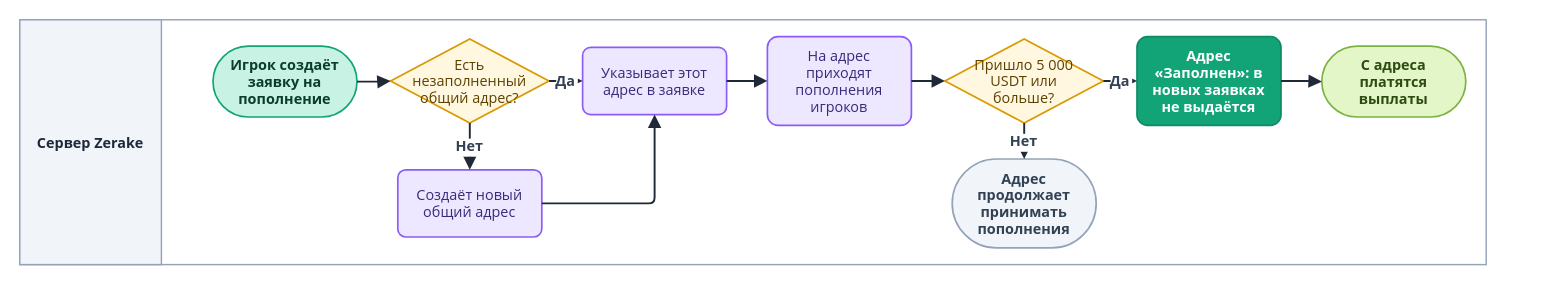
This is diagrams/drawio/pool-address.drawio from LILSUFFER/zerake-docs, a draw.io file, before an edit. Source tidied: cells renumbered, new cells numbered last; positions are measured from the earlier drawing's top-left corner, leaving out a move shared by most shapes. Both pictures are drawn from the tidied source at 120%, with x=0, y=0 at pixel (19, 19).
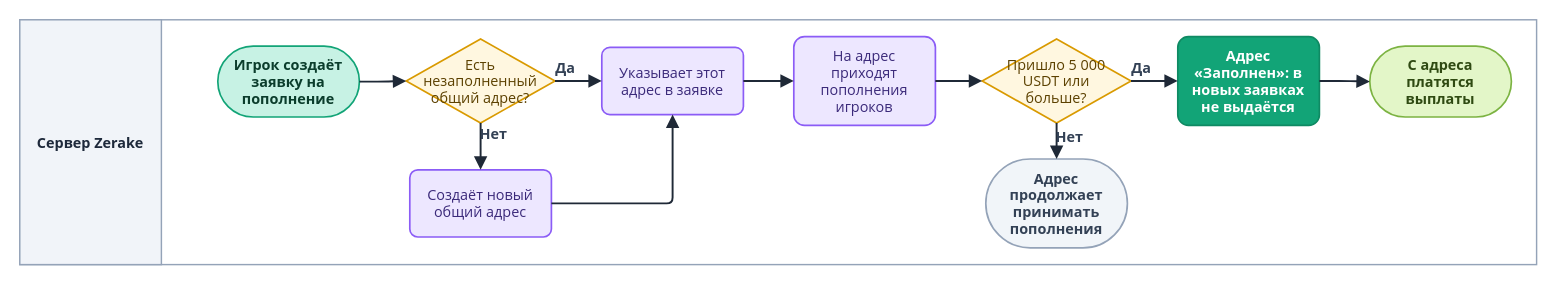
The same diagram, later.

The edit, as a diff of the source:
```diff
@@
     <mxCell id="2" style="rounded=0;html=0;fillColor=#FFFFFF;strokeColor=#94A3B8;strokeWidth=1.2;" parent="1" vertex="1">
-      <mxGeometry width="1222" height="204" as="geometry" />
+      <mxGeometry width="1264" height="204" as="geometry" />
     </mxCell>
@@
     <mxCell id="4" value="Игрок создаёт&#10;заявку на&#10;пополнение" style="rounded=1;arcSize=50;html=0;fontStyle=1;fillColor=#C7F2E4;strokeColor=#12A477;fontColor=#0B3D2C;fontFamily=Segoe UI;fontSize=12;strokeWidth=1.4;" parent="1" vertex="1">
-      <mxGeometry x="161" y="22" width="120" height="59" as="geometry" />
+      <mxGeometry x="165" y="22" width="118" height="59" as="geometry" />
     </mxCell>
     <mxCell id="5" value="Есть&#10;незаполненный&#10;общий адрес?" style="rhombus;html=0;fillColor=#FFF7E0;strokeColor=#D99A00;fontColor=#5C4100;fontFamily=Segoe UI;fontSize=12;strokeWidth=1.4;" parent="1" vertex="1">
-      <mxGeometry x="309" y="16" width="132" height="70" as="geometry" />
+      <mxGeometry x="322" y="16" width="124" height="70" as="geometry" />
     </mxCell>
     <mxCell id="6" value="Создаёт новый&#10;общий адрес" style="rounded=1;arcSize=12;html=0;fillColor=#EDE7FF;strokeColor=#8B5CF6;fontColor=#3B2A7A;fontFamily=Segoe UI;fontSize=12;strokeWidth=1.4;" parent="1" vertex="1">
-      <mxGeometry x="315" y="125" width="120" height="56" as="geometry" />
+      <mxGeometry x="325" y="125" width="118" height="56" as="geometry" />
     </mxCell>
     <mxCell id="7" value="Указывает этот&#10;адрес в заявке" style="rounded=1;arcSize=12;html=0;fillColor=#EDE7FF;strokeColor=#8B5CF6;fontColor=#3B2A7A;fontFamily=Segoe UI;fontSize=12;strokeWidth=1.4;" parent="1" vertex="1">
-      <mxGeometry x="469" y="23" width="120" height="56" as="geometry" />
+      <mxGeometry x="485" y="23" width="118" height="56" as="geometry" />
     </mxCell>
     <mxCell id="8" value="На адрес&#10;приходят&#10;пополнения&#10;игроков" style="rounded=1;arcSize=12;html=0;fillColor=#EDE7FF;strokeColor=#8B5CF6;fontColor=#3B2A7A;fontFamily=Segoe UI;fontSize=12;strokeWidth=1.4;" parent="1" vertex="1">
-      <mxGeometry x="623" y="14" width="120" height="74" as="geometry" />
+      <mxGeometry x="645" y="14" width="118" height="74" as="geometry" />
     </mxCell>
     <mxCell id="9" value="Пришло 5 000&#10;USDT или&#10;больше?" style="rhombus;html=0;fillColor=#FFF7E0;strokeColor=#D99A00;fontColor=#5C4100;fontFamily=Segoe UI;fontSize=12;strokeWidth=1.4;" parent="1" vertex="1">
-      <mxGeometry x="771" y="16" width="132" height="70" as="geometry" />
+      <mxGeometry x="802" y="16" width="124" height="70" as="geometry" />
     </mxCell>
     <mxCell id="10" value="Адрес&#10;продолжает&#10;принимать&#10;пополнения" style="rounded=1;arcSize=50;html=0;fontStyle=1;fillColor=#F1F5F9;strokeColor=#94A3B8;fontColor=#334155;fontFamily=Segoe UI;fontSize=12;strokeWidth=1.4;" parent="1" vertex="1">
-      <mxGeometry x="777" y="116" width="120" height="74" as="geometry" />
+      <mxGeometry x="805" y="116" width="118" height="74" as="geometry" />
     </mxCell>
     <mxCell id="11" value="Адрес&#10;«Заполнен»: в&#10;новых заявках&#10;не выдаётся" style="rounded=1;arcSize=12;html=0;fillColor=#12A477;strokeColor=#0F8A63;fontColor=#FFFFFF;fontStyle=1;fontFamily=Segoe UI;fontSize=12;strokeWidth=1.4;" parent="1" vertex="1">
-      <mxGeometry x="931" y="14" width="120" height="74" as="geometry" />
+      <mxGeometry x="965" y="14" width="118" height="74" as="geometry" />
     </mxCell>
     <mxCell id="12" value="С адреса&#10;платятся&#10;выплаты" style="rounded=1;arcSize=50;html=0;fontStyle=1;fillColor=#E3F6C8;strokeColor=#7CB342;fontColor=#2F4A12;fontFamily=Segoe UI;fontSize=12;strokeWidth=1.4;" parent="1" vertex="1">
-      <mxGeometry x="1085" y="22" width="120" height="59" as="geometry" />
+      <mxGeometry x="1125" y="22" width="118" height="59" as="geometry" />
     </mxCell>
-    <mxCell id="13" style="edgeStyle=orthogonalEdgeStyle;rounded=1;arcSize=10;jettySize=auto;html=0;strokeColor=#1F2937;strokeWidth=1.6;endArrow=block;endFill=1;endSize=7;fontFamily=Segoe UI;fontSize=12;fontStyle=1;fontColor=#334155;labelBackgroundColor=#FFFFFF;" parent="1" edge="1" source="4" target="5">
+    <mxCell id="13" style="edgeStyle=orthogonalEdgeStyle;rounded=1;arcSize=10;jettySize=auto;html=0;strokeColor=#1F2937;strokeWidth=1.6;endArrow=block;endFill=1;endSize=7;fontFamily=Segoe UI;fontSize=12;fontStyle=1;fontColor=#334155;labelBackgroundColor=none;" parent="1" edge="1" source="4" target="5">
       <mxGeometry relative="1" as="geometry" />
     </mxCell>
-    <mxCell id="14" value="Нет" style="edgeStyle=orthogonalEdgeStyle;rounded=1;arcSize=10;jettySize=auto;html=0;strokeColor=#1F2937;strokeWidth=1.6;endArrow=block;endFill=1;endSize=7;fontFamily=Segoe UI;fontSize=12;fontStyle=1;fontColor=#334155;labelBackgroundColor=#FFFFFF;" parent="1" edge="1" source="5" target="6">
-      <mxGeometry relative="1" as="geometry" />
+    <mxCell id="14" value="Нет" style="edgeStyle=orthogonalEdgeStyle;rounded=1;arcSize=10;jettySize=auto;html=0;strokeColor=#1F2937;strokeWidth=1.6;endArrow=block;endFill=1;endSize=7;fontFamily=Segoe UI;fontSize=12;fontStyle=1;fontColor=#334155;labelBackgroundColor=none;" parent="1" edge="1" source="5" target="6">
+      <mxGeometry x="-0.55" y="11" relative="1" as="geometry" />
     </mxCell>
-    <mxCell id="15" style="edgeStyle=orthogonalEdgeStyle;rounded=1;arcSize=10;jettySize=auto;html=0;strokeColor=#1F2937;strokeWidth=1.6;endArrow=block;endFill=1;endSize=7;fontFamily=Segoe UI;fontSize=12;fontStyle=1;fontColor=#334155;labelBackgroundColor=#FFFFFF;exitX=1;exitY=0.5;entryX=0.5;entryY=1;" parent="1" edge="1" source="6" target="7">
+    <mxCell id="15" style="edgeStyle=orthogonalEdgeStyle;rounded=1;arcSize=10;jettySize=auto;html=0;strokeColor=#1F2937;strokeWidth=1.6;endArrow=block;endFill=1;endSize=7;fontFamily=Segoe UI;fontSize=12;fontStyle=1;fontColor=#334155;labelBackgroundColor=none;exitX=1;exitY=0.5;entryX=0.5;entryY=1;" parent="1" edge="1" source="6" target="7">
       <mxGeometry relative="1" as="geometry" />
     </mxCell>
-    <mxCell id="16" value="Да" style="edgeStyle=orthogonalEdgeStyle;rounded=1;arcSize=10;jettySize=auto;html=0;strokeColor=#1F2937;strokeWidth=1.6;endArrow=block;endFill=1;endSize=7;fontFamily=Segoe UI;fontSize=12;fontStyle=1;fontColor=#334155;labelBackgroundColor=#FFFFFF;" parent="1" edge="1" source="5" target="7">
-      <mxGeometry relative="1" as="geometry" />
+    <mxCell id="16" value="Да" style="edgeStyle=orthogonalEdgeStyle;rounded=1;arcSize=10;jettySize=auto;html=0;strokeColor=#1F2937;strokeWidth=1.6;endArrow=block;endFill=1;endSize=7;fontFamily=Segoe UI;fontSize=12;fontStyle=1;fontColor=#334155;labelBackgroundColor=none;" parent="1" edge="1" source="5" target="7">
+      <mxGeometry x="-0.55" y="11" relative="1" as="geometry" />
     </mxCell>
-    <mxCell id="17" style="edgeStyle=orthogonalEdgeStyle;rounded=1;arcSize=10;jettySize=auto;html=0;strokeColor=#1F2937;strokeWidth=1.6;endArrow=block;endFill=1;endSize=7;fontFamily=Segoe UI;fontSize=12;fontStyle=1;fontColor=#334155;labelBackgroundColor=#FFFFFF;" parent="1" edge="1" source="7" target="8">
+    <mxCell id="17" style="edgeStyle=orthogonalEdgeStyle;rounded=1;arcSize=10;jettySize=auto;html=0;strokeColor=#1F2937;strokeWidth=1.6;endArrow=block;endFill=1;endSize=7;fontFamily=Segoe UI;fontSize=12;fontStyle=1;fontColor=#334155;labelBackgroundColor=none;" parent="1" edge="1" source="7" target="8">
       <mxGeometry relative="1" as="geometry" />
     </mxCell>
-    <mxCell id="18" style="edgeStyle=orthogonalEdgeStyle;rounded=1;arcSize=10;jettySize=auto;html=0;strokeColor=#1F2937;strokeWidth=1.6;endArrow=block;endFill=1;endSize=7;fontFamily=Segoe UI;fontSize=12;fontStyle=1;fontColor=#334155;labelBackgroundColor=#FFFFFF;" parent="1" edge="1" source="8" target="9">
+    <mxCell id="18" style="edgeStyle=orthogonalEdgeStyle;rounded=1;arcSize=10;jettySize=auto;html=0;strokeColor=#1F2937;strokeWidth=1.6;endArrow=block;endFill=1;endSize=7;fontFamily=Segoe UI;fontSize=12;fontStyle=1;fontColor=#334155;labelBackgroundColor=none;" parent="1" edge="1" source="8" target="9">
       <mxGeometry relative="1" as="geometry" />
     </mxCell>
-    <mxCell id="19" value="Нет" style="edgeStyle=orthogonalEdgeStyle;rounded=1;arcSize=10;jettySize=auto;html=0;strokeColor=#1F2937;strokeWidth=1.6;endArrow=block;endFill=1;endSize=7;fontFamily=Segoe UI;fontSize=12;fontStyle=1;fontColor=#334155;labelBackgroundColor=#FFFFFF;" parent="1" edge="1" source="9" target="10">
-      <mxGeometry relative="1" as="geometry" />
+    <mxCell id="19" value="Нет" style="edgeStyle=orthogonalEdgeStyle;rounded=1;arcSize=10;jettySize=auto;html=0;strokeColor=#1F2937;strokeWidth=1.6;endArrow=block;endFill=1;endSize=7;fontFamily=Segoe UI;fontSize=12;fontStyle=1;fontColor=#334155;labelBackgroundColor=none;" parent="1" edge="1" source="9" target="10">
+      <mxGeometry x="-0.55" y="11" relative="1" as="geometry" />
     </mxCell>
-    <mxCell id="20" value="Да" style="edgeStyle=orthogonalEdgeStyle;rounded=1;arcSize=10;jettySize=auto;html=0;strokeColor=#1F2937;strokeWidth=1.6;endArrow=block;endFill=1;endSize=7;fontFamily=Segoe UI;fontSize=12;fontStyle=1;fontColor=#334155;labelBackgroundColor=#FFFFFF;" parent="1" edge="1" source="9" target="11">
-      <mxGeometry relative="1" as="geometry" />
+    <mxCell id="20" value="Да" style="edgeStyle=orthogonalEdgeStyle;rounded=1;arcSize=10;jettySize=auto;html=0;strokeColor=#1F2937;strokeWidth=1.6;endArrow=block;endFill=1;endSize=7;fontFamily=Segoe UI;fontSize=12;fontStyle=1;fontColor=#334155;labelBackgroundColor=none;" parent="1" edge="1" source="9" target="11">
+      <mxGeometry x="-0.55" y="11" relative="1" as="geometry" />
     </mxCell>
-    <mxCell id="21" style="edgeStyle=orthogonalEdgeStyle;rounded=1;arcSize=10;jettySize=auto;html=0;strokeColor=#1F2937;strokeWidth=1.6;endArrow=block;endFill=1;endSize=7;fontFamily=Segoe UI;fontSize=12;fontStyle=1;fontColor=#334155;labelBackgroundColor=#FFFFFF;" parent="1" edge="1" source="11" target="12">
+    <mxCell id="21" style="edgeStyle=orthogonalEdgeStyle;rounded=1;arcSize=10;jettySize=auto;html=0;strokeColor=#1F2937;strokeWidth=1.6;endArrow=block;endFill=1;endSize=7;fontFamily=Segoe UI;fontSize=12;fontStyle=1;fontColor=#334155;labelBackgroundColor=none;" parent="1" edge="1" source="11" target="12">
       <mxGeometry relative="1" as="geometry" />
     </mxCell>
```
